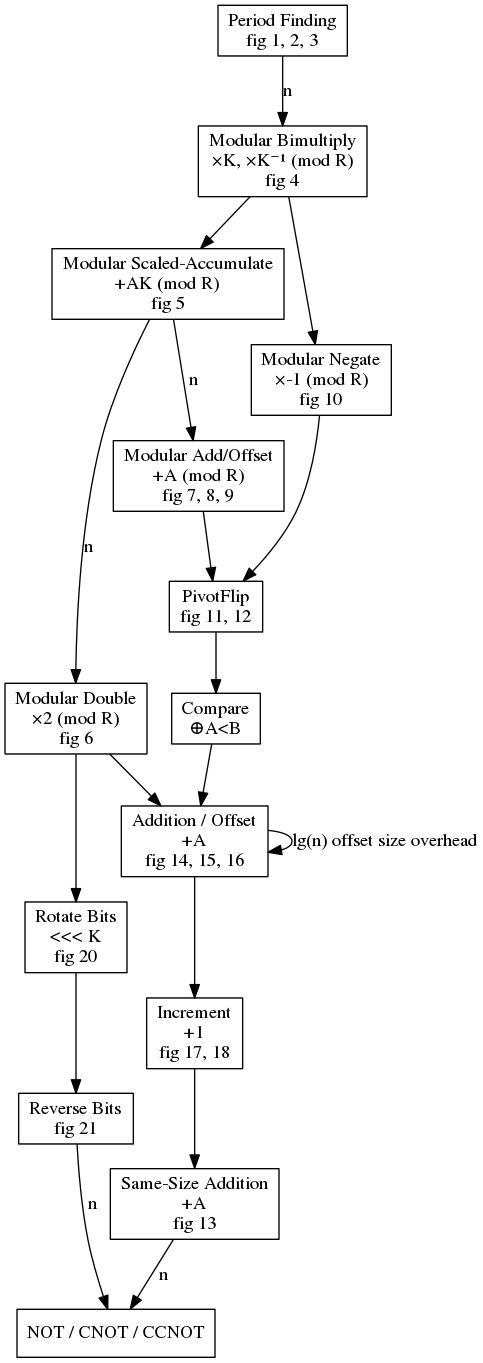
The Graphviz diagram doc/assets/dependencies.png in Strilanc/PaperImpl-2017-DirtyPeriodFinding, before a commit. Its source is kept beside it as doc/assets/dependencies.gv.
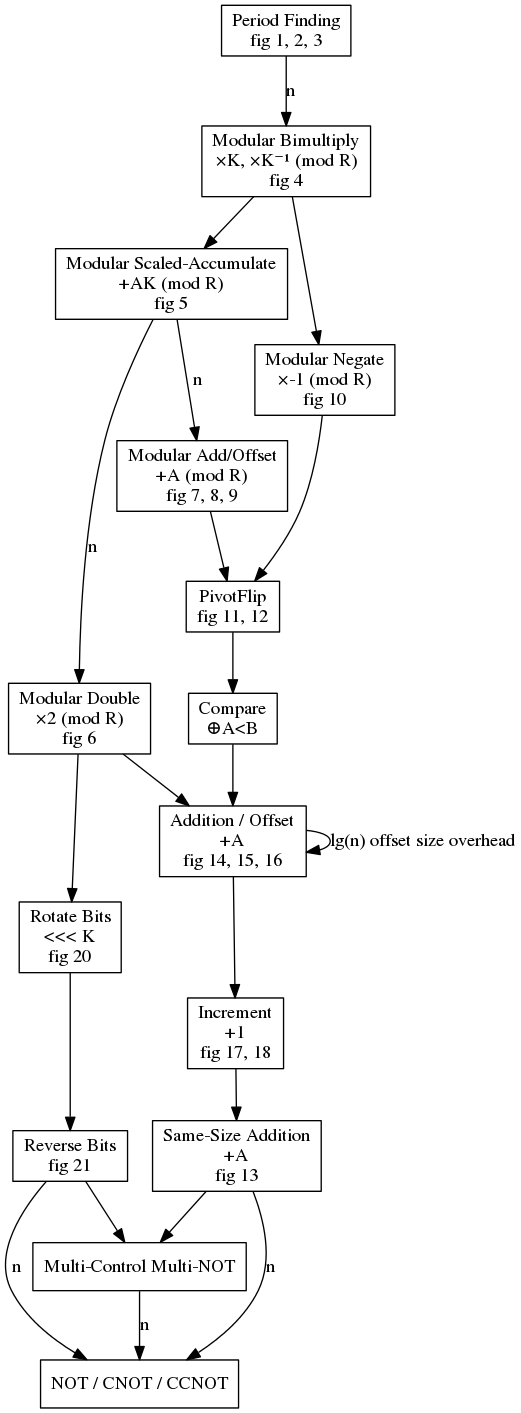
The same diagram one commit later.

Diff of the diagram source:
```diff
@@ -2,19 +2,20 @@
 digraph G {
   node [shape=box]
 
-  PeriodFinding [label="Period Finding\nfig 1, 2, 3"]
-  ModularPairedMultiply [label="Modular Bimultiply\n×K, ×K⁻¹ (mod R)\nfig 4"]
-  ModularMultiplyAccumulate [label="Modular Scaled-Accumulate\n+AK (mod R)\nfig 5"]
-  ModularDouble [label="Modular Double\n×2 (mod R)\nfig 6"]
-  ModularAdd [label="Modular Add/Offset\n+A (mod R)\nfig 7, 8, 9"]
-  ModularNegate [label="Modular Negate\n×-1 (mod R)\nfig 10"]
-  PivotFlip [label="PivotFlip\nfig 11, 12"]
+  PeriodFinding [label="Period Finding\nfig 2, 3, 4"]
+  ModularPairedMultiply [label="Modular Bimultiply\n×K, ×K⁻¹ (mod R)\nfig 5"]
+  ModularMultiplyAccumulate [label="Modular Scaled-Accumulate\n+AK (mod R)\nfig 6"]
+  ModularDouble [label="Modular Double\n×2 (mod R)\nfig 7"]
+  ModularAdd [label="Modular Add/Offset\n+A (mod R)\nfig 8, 9, 10"]
+  ModularNegate [label="Modular Negate\n×-1 (mod R)\nfig 11"]
+  PivotFlip [label="PivotFlip\nfig 12, 13"]
   Compare [label="Compare\n⊕A<B"]
-  SameSizeAdd [label="Same-Size Addition\n+A\nfig 13"]
-  Add [label="Addition / Offset\n+A\nfig 14, 15, 16"]
-  Increment [label="Increment\n+1\nfig 17, 18"]
-  RotateBits [label="Rotate Bits\n<<< K\nfig 20"]
-  ReverseBits [label="Reverse Bits\nfig 21"]
+  SameSizeAdd [label="Same-Size Addition\n+A\nfig 14"]
+  Add [label="Addition / Offset\n+A\nfig 15, 16, 17"]
+  Increment [label="Increment\n+1\nfig 18, 19"]
+  RotateBits [label="Rotate Bits\n<<< K\nfig 21"]
+  ReverseBits [label="Reverse Bits\nfig 22"]
+  MultiNot [label="Multi-Control Multi-Not\nfig 23, 24"]
   Leaf [label="NOT / CNOT / CCNOT"]
 
   edge [label="n"]
@@ -52,9 +53,16 @@
   edge [label=""]
   Increment -> SameSizeAdd
 
+  edge [label=""]
+  SameSizeAdd -> MultiNot
   edge [label="n"]
   SameSizeAdd -> Leaf
 
+  edge [label=""]
+  ReverseBits -> MultiNot
   edge [label="n"]
   ReverseBits -> Leaf
+
+  edge [label="n"]
+  MultiNot -> Leaf
 }
```
